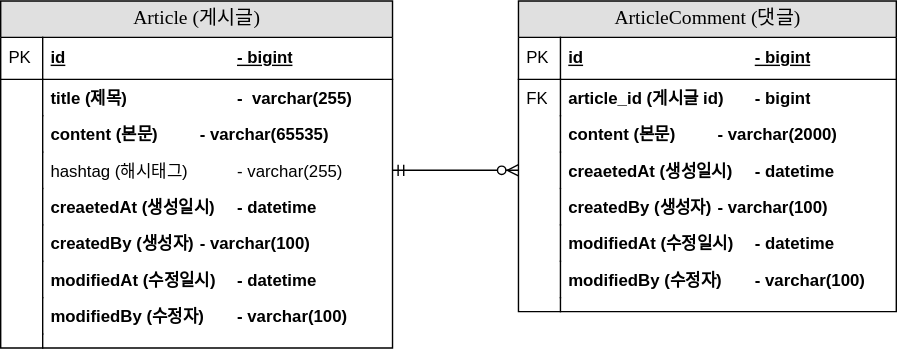
Before: document/project-board-erd.svg, a diagram exported from draw.io (y2gon2/fastcampus-project-board). Source tidied: cells renumbered, new cells last; positions are measured from the earlier drawing's top-left corner, leaving out a move shared by most shapes.
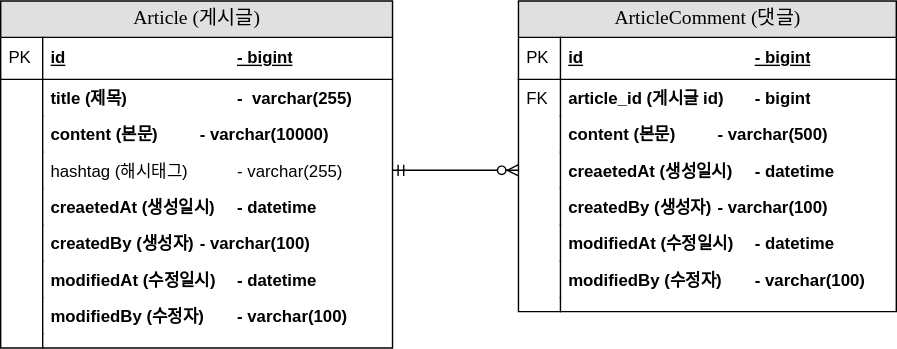
Later version of the same file.

Commit message:
#11 - erd update: content size 조절

The edit, as a diff of the source:
```diff
@@ -17,7 +17,7 @@
     <mxCell id="6" style="shape=partialRectangle;top=0;left=0;bottom=0;html=1;fillColor=none;align=left;verticalAlign=top;spacingLeft=4;spacingRight=4;whiteSpace=wrap;overflow=hidden;" parent="5" vertex="1">
       <mxGeometry width="30" height="26" as="geometry" />
     </mxCell>
-    <mxCell id="7" value="content (본문)&lt;span style=&quot;white-space: pre;&quot;&gt;&#9;&lt;/span&gt;&lt;span style=&quot;white-space: pre;&quot;&gt;&#9;&lt;/span&gt;- varchar(65535)" style="shape=partialRectangle;top=0;left=0;right=0;bottom=0;html=1;align=left;verticalAlign=top;fillColor=none;spacingLeft=34;spacingRight=4;whiteSpace=wrap;overflow=hidden;fontStyle=1;" parent="2" vertex="1">
+    <mxCell id="7" value="content (본문)&lt;span style=&quot;white-space: pre;&quot;&gt;&#9;&lt;/span&gt;&lt;span style=&quot;white-space: pre;&quot;&gt;&#9;&lt;/span&gt;- varchar(10000)" style="shape=partialRectangle;top=0;left=0;right=0;bottom=0;html=1;align=left;verticalAlign=top;fillColor=none;spacingLeft=34;spacingRight=4;whiteSpace=wrap;overflow=hidden;fontStyle=1;" parent="2" vertex="1">
       <mxGeometry y="82" width="280" height="26" as="geometry" />
     </mxCell>
     <mxCell id="8" style="shape=partialRectangle;top=0;left=0;bottom=0;html=1;fillColor=none;align=left;verticalAlign=top;spacingLeft=4;spacingRight=4;whiteSpace=wrap;overflow=hidden;" parent="7" vertex="1">
@@ -74,7 +74,7 @@
     <mxCell id="25" value="FK" style="shape=partialRectangle;top=0;left=0;bottom=0;html=1;fillColor=none;align=left;verticalAlign=top;spacingLeft=4;spacingRight=4;whiteSpace=wrap;overflow=hidden;" parent="24" vertex="1">
       <mxGeometry width="30" height="26" as="geometry" />
     </mxCell>
-    <mxCell id="26" value="content (본문)&lt;span style=&quot;white-space: pre;&quot;&gt;&#9;&lt;/span&gt;&lt;span style=&quot;white-space: pre;&quot;&gt;&#9;&lt;/span&gt;- varchar(2000)" style="shape=partialRectangle;top=0;left=0;right=0;bottom=0;html=1;align=left;verticalAlign=top;fillColor=none;spacingLeft=34;spacingRight=4;whiteSpace=wrap;overflow=hidden;fontStyle=1;" parent="21" vertex="1">
+    <mxCell id="26" value="content (본문)&lt;span style=&quot;white-space: pre;&quot;&gt;&#9;&lt;/span&gt;&lt;span style=&quot;white-space: pre;&quot;&gt;&#9;&lt;/span&gt;- varchar(500)" style="shape=partialRectangle;top=0;left=0;right=0;bottom=0;html=1;align=left;verticalAlign=top;fillColor=none;spacingLeft=34;spacingRight=4;whiteSpace=wrap;overflow=hidden;fontStyle=1;" parent="21" vertex="1">
       <mxGeometry y="82" width="270" height="26" as="geometry" />
     </mxCell>
     <mxCell id="27" style="shape=partialRectangle;top=0;left=0;bottom=0;html=1;fillColor=none;align=left;verticalAlign=top;spacingLeft=4;spacingRight=4;whiteSpace=wrap;overflow=hidden;" parent="26" vertex="1">
```
